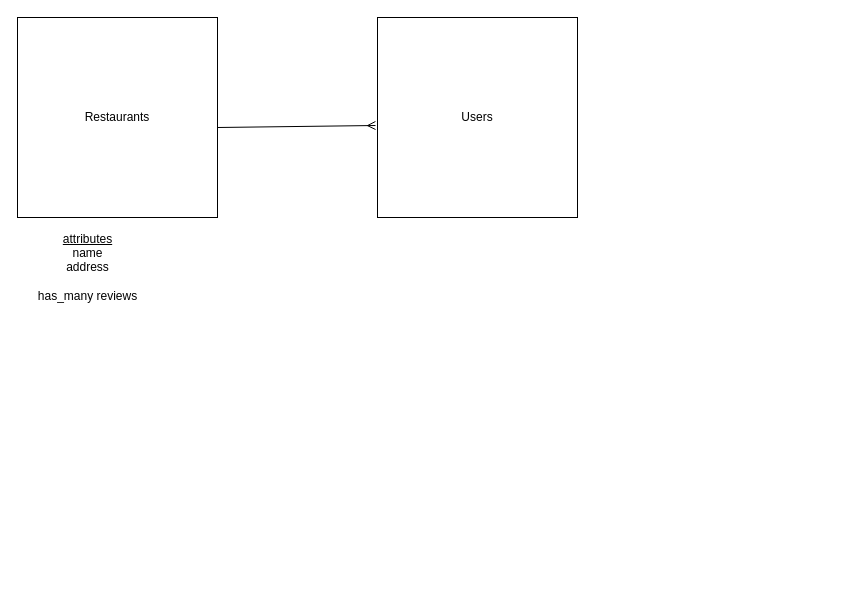
Before: Review-site.drawio in samlawhon/covid-vibes, a draw.io diagram. Source tidied: cells renumbered, new cells numbered last; positions are measured from the earlier drawing's top-left corner, leaving out a move shared by most shapes. Both pictures are drawn from the tidied source at 100%, with x=0, y=0 at pixel (17, 17).
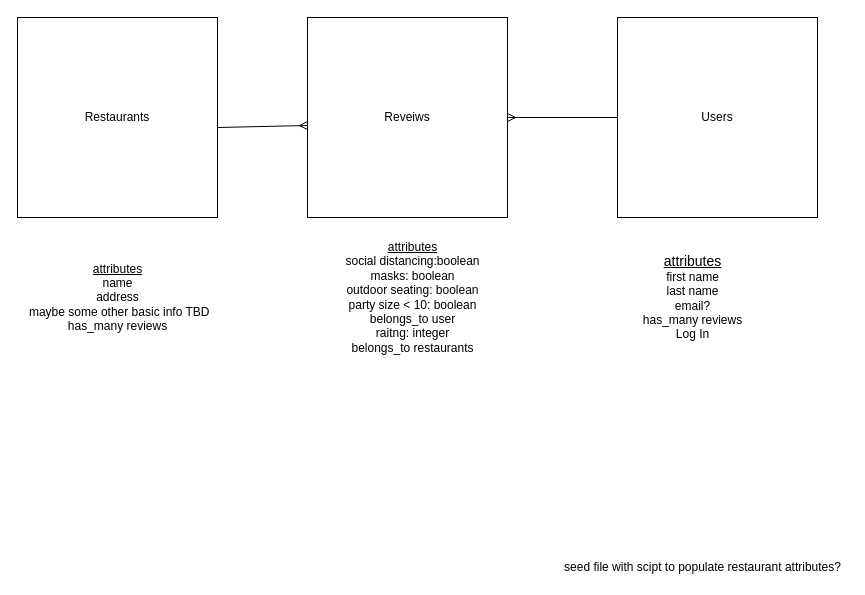
Above is the later version.

Diff of the diagram source:
```diff
@@
 <mxGraphModel>
   <root>
     <mxCell id="0" />
     <mxCell id="1" parent="0" />
     <mxCell id="2" value="Restaurants" style="whiteSpace=wrap;html=1;" parent="1" vertex="1">
       <mxGeometry width="200" height="200" as="geometry" />
     </mxCell>
-    <mxCell id="3" value="Users" style="whiteSpace=wrap;html=1;" parent="1" vertex="1">
-      <mxGeometry x="360" width="200" height="200" as="geometry" />
+    <mxCell id="3" value="Reveiws" style="whiteSpace=wrap;html=1;" parent="1" vertex="1">
+      <mxGeometry x="290" width="200" height="200" as="geometry" />
     </mxCell>
-    <mxCell id="4" style="endArrow=ERmany;html=1;entryX=-0.01;entryY=0.54;entryDx=0;entryDy=0;entryPerimeter=0;endFill=0;" parent="1" edge="1" target="3">
+    <mxCell id="4" style="endArrow=ERmany;html=1;endFill=0;" parent="1" edge="1">
       <mxGeometry relative="1" as="geometry">
         <mxPoint x="200" y="110" as="sourcePoint" />
+        <mxPoint x="290" y="108" as="targetPoint" />
       </mxGeometry>
     </mxCell>
-    <mxCell id="5" value="&lt;u&gt;attributes&lt;br&gt;&lt;/u&gt;name&lt;br&gt;address&lt;br&gt;&lt;br&gt;has_many reviews&lt;br&gt;" style="text;html=1;align=center;verticalAlign=middle;" parent="1" vertex="1">
-      <mxGeometry x="15" y="210" width="110" height="80" as="geometry" />
+    <mxCell id="5" value="&lt;u&gt;attributes&lt;br&gt;&lt;/u&gt;name&lt;br&gt;address&lt;br&gt;&amp;nbsp;maybe some other basic info TBD&lt;br&gt;has_many reviews" style="text;html=1;align=center;verticalAlign=middle;" parent="1" vertex="1">
+      <mxGeometry y="240" width="200" height="80" as="geometry" />
     </mxCell>
+    <mxCell id="6" value="&lt;u&gt;attributes&lt;br&gt;&lt;/u&gt;social distancing:boolean&lt;br&gt;masks: boolean&lt;br&gt;outdoor seating: boolean&lt;br&gt;party size &amp;lt; 10: boolean&lt;br&gt;belongs_to user&lt;br&gt;raitng: integer&lt;br&gt;belongs_to restaurants" style="text;html=1;align=center;verticalAlign=middle;" parent="1" vertex="1">
+      <mxGeometry x="320" y="220" width="150" height="120" as="geometry" />
+    </mxCell>
+    <mxCell id="7" value="seed file with scipt to populate restaurant attributes?" style="text;html=1;align=center;verticalAlign=middle;" parent="1" vertex="1">
+      <mxGeometry x="540" y="540" width="290" height="20" as="geometry" />
+    </mxCell>
+    <mxCell id="8" style="edgeStyle=orthogonalEdgeStyle;rounded=0;jettySize=auto;html=1;exitX=0;exitY=0.5;exitDx=0;exitDy=0;endArrow=ERmany;endFill=0;" parent="1" edge="1" source="9" target="3">
+      <mxGeometry relative="1" as="geometry">
+        <Array as="points">
+          <mxPoint x="680" y="100" />
+        </Array>
+      </mxGeometry>
+    </mxCell>
+    <mxCell id="9" value="Users" style="whiteSpace=wrap;html=1;" parent="1" vertex="1">
+      <mxGeometry x="600" width="200" height="200" as="geometry" />
+    </mxCell>
+    <mxCell id="10" value="&lt;u&gt;&lt;font style=&quot;font-size: 14px&quot;&gt;attributes&lt;/font&gt;&lt;br&gt;&lt;/u&gt;first name&lt;br&gt;last name&lt;br&gt;email?&lt;br&gt;has_many reviews&lt;br&gt;Log In" style="text;html=1;align=center;verticalAlign=middle;" parent="1" vertex="1">
+      <mxGeometry x="620" y="235" width="110" height="90" as="geometry" />
+    </mxCell>
   </root>
 </mxGraphModel>
```
